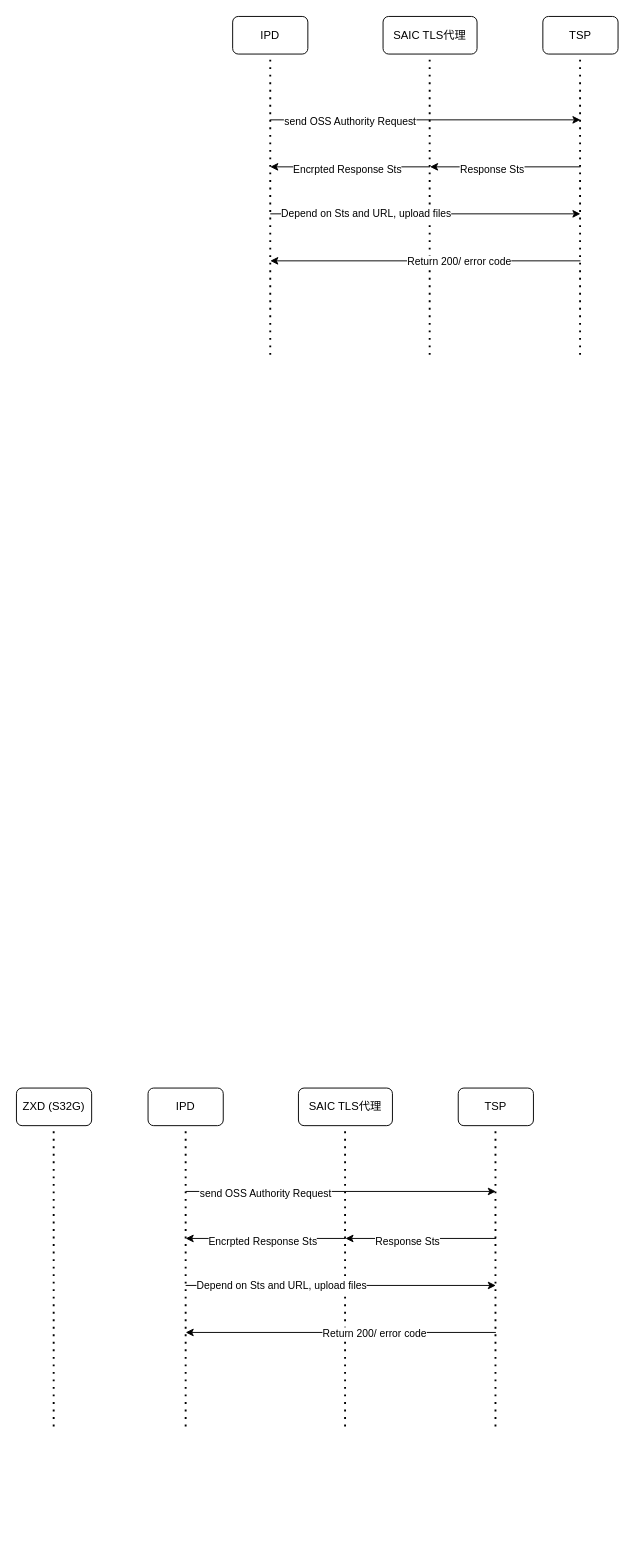
YuzhouYe/peb keeps this draw.io diagram as HJtodolist.drawio. Above is the earlier version. Source tidied: cells renumbered, new cells numbered last; positions are measured from the earlier drawing's top-left corner, leaving out a move shared by most shapes. Both pictures are drawn from the tidied source at 94%, with x=0, y=0 at pixel (16, 16).
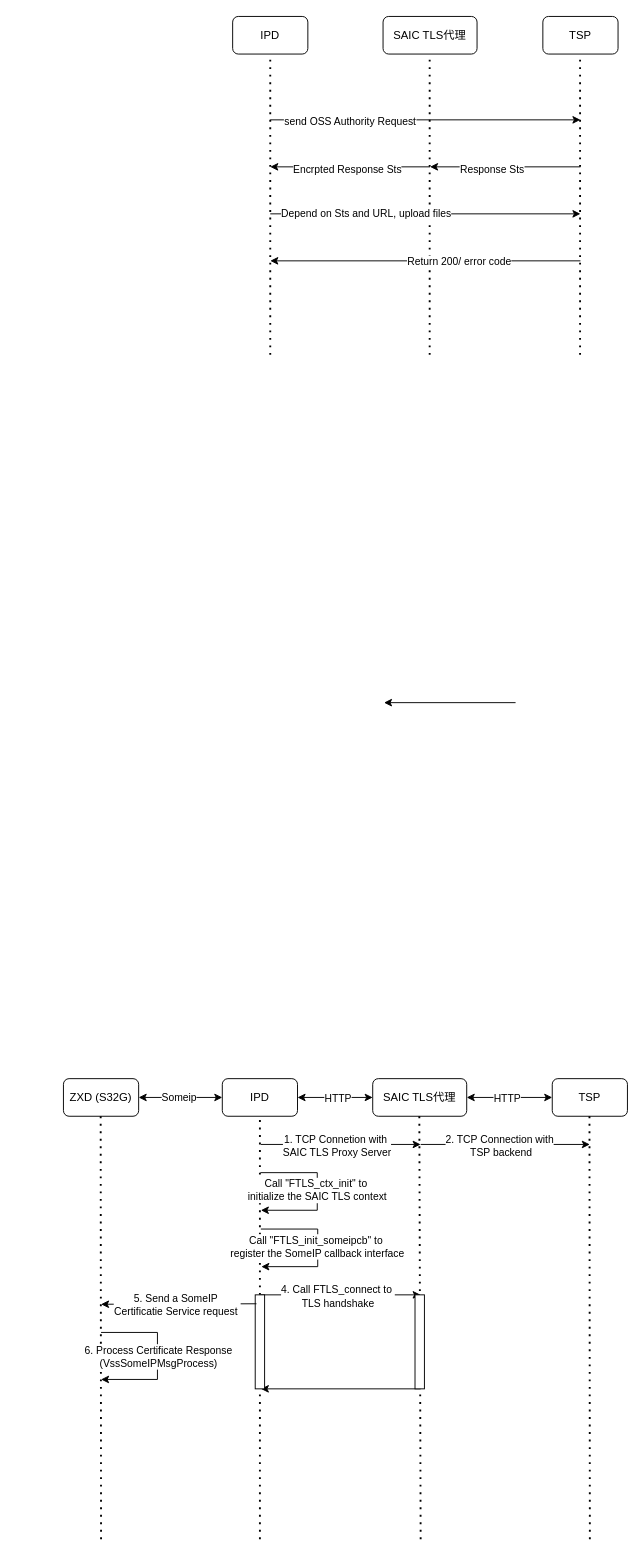
After the change.

The edit, as a diff of the source:
```diff
@@
     <mxCell id="18" value="IPD" style="rounded=1;whiteSpace=wrap;html=1;" parent="1" vertex="1">
-      <mxGeometry x="140" y="1140" width="80" height="40" as="geometry" />
+      <mxGeometry x="219" y="1130" width="80" height="40" as="geometry" />
     </mxCell>
     <mxCell id="19" value="TSP" style="rounded=1;whiteSpace=wrap;html=1;" parent="1" vertex="1">
-      <mxGeometry x="470" y="1140" width="80" height="40" as="geometry" />
+      <mxGeometry x="570" y="1130" width="80" height="40" as="geometry" />
     </mxCell>
     <mxCell id="20" value="SAIC TLS代理" style="rounded=1;whiteSpace=wrap;html=1;" parent="1" vertex="1">
-      <mxGeometry x="300" y="1140" width="100" height="40" as="geometry" />
+      <mxGeometry x="379" y="1130" width="100" height="40" as="geometry" />
     </mxCell>
-    <mxCell id="21" style="endArrow=none;dashed=1;html=1;dashPattern=1 3;strokeWidth=2;rounded=0;entryX=0.5;entryY=1;entryDx=0;entryDy=0;" parent="1" edge="1" target="18">
-      <mxGeometry relative="1" as="geometry">
-        <mxPoint x="180" y="1500" as="sourcePoint" />
-      </mxGeometry>
+    <mxCell id="21" style="endArrow=none;dashed=1;html=1;dashPattern=1 3;strokeWidth=2;rounded=0;entryX=0.5;entryY=1;entryDx=0;entryDy=0;" parent="1" edge="1" source="57" target="18">
+      <mxGeometry relative="1" as="geometry" />
     </mxCell>
     <mxCell id="22" style="endArrow=none;dashed=1;html=1;dashPattern=1 3;strokeWidth=2;rounded=0;entryX=0.5;entryY=1;entryDx=0;entryDy=0;" parent="1" edge="1">
       <mxGeometry relative="1" as="geometry">
-        <mxPoint x="349.6" y="1500" as="sourcePoint" />
-        <mxPoint x="349.6" y="1180" as="targetPoint" />
+        <mxPoint x="430" y="1620" as="sourcePoint" />
+        <mxPoint x="428.6" y="1170" as="targetPoint" />
       </mxGeometry>
     </mxCell>
     <mxCell id="23" style="endArrow=none;dashed=1;html=1;dashPattern=1 3;strokeWidth=2;rounded=0;entryX=0.5;entryY=1;entryDx=0;entryDy=0;" parent="1" edge="1">
       <mxGeometry relative="1" as="geometry">
-        <mxPoint x="509.6" y="1500" as="sourcePoint" />
-        <mxPoint x="509.6" y="1180" as="targetPoint" />
+        <mxPoint x="610" y="1620" as="sourcePoint" />
+        <mxPoint x="609.6" y="1170" as="targetPoint" />
       </mxGeometry>
     </mxCell>
-    <mxCell id="24" style="endArrow=classic;html=1;rounded=0;" parent="1" edge="1">
-      <mxGeometry relative="1" as="geometry">
-        <mxPoint x="180" y="1250" as="sourcePoint" />
-        <mxPoint x="510" y="1250" as="targetPoint" />
-      </mxGeometry>
-    </mxCell>
-    <mxCell id="25" value="send OSS Authority Request" style="edgeLabel;html=1;align=center;verticalAlign=middle;" parent="24" vertex="1">
-      <mxGeometry x="-0.49" y="-1" relative="1" as="geometry" />
-    </mxCell>
-    <mxCell id="26" style="endArrow=classic;html=1;rounded=0;" parent="1" edge="1">
-      <mxGeometry relative="1" as="geometry">
-        <mxPoint x="510" y="1300" as="sourcePoint" />
-        <mxPoint x="350" y="1300" as="targetPoint" />
-      </mxGeometry>
-    </mxCell>
-    <mxCell id="27" value="Response Sts" style="edgeLabel;html=1;align=center;verticalAlign=middle;" parent="26" vertex="1">
-      <mxGeometry x="0.19" y="2" relative="1" as="geometry" />
-    </mxCell>
-    <mxCell id="28" style="endArrow=classic;html=1;rounded=0;" parent="1" edge="1">
-      <mxGeometry relative="1" as="geometry">
-        <mxPoint x="350" y="1300" as="sourcePoint" />
-        <mxPoint x="180" y="1300" as="targetPoint" />
-      </mxGeometry>
-    </mxCell>
-    <mxCell id="29" value="Encrpted Response Sts" style="edgeLabel;html=1;align=center;verticalAlign=middle;" parent="28" vertex="1">
-      <mxGeometry x="0.19" y="2" relative="1" as="geometry">
-        <mxPoint x="12" as="offset" />
-      </mxGeometry>
-    </mxCell>
-    <mxCell id="30" style="endArrow=classic;html=1;rounded=0;" parent="1" edge="1">
-      <mxGeometry relative="1" as="geometry">
-        <mxPoint x="180" y="1350" as="sourcePoint" />
-        <mxPoint x="510" y="1350" as="targetPoint" />
-      </mxGeometry>
-    </mxCell>
-    <mxCell id="31" value="Depend on Sts and URL, upload files" style="edgeLabel;html=1;align=center;verticalAlign=middle;" parent="30" vertex="1">
-      <mxGeometry x="-0.71" y="1" relative="1" as="geometry">
-        <mxPoint x="53" as="offset" />
-      </mxGeometry>
-    </mxCell>
-    <mxCell id="32" style="endArrow=classic;html=1;rounded=0;" parent="1" edge="1">
-      <mxGeometry relative="1" as="geometry">
-        <mxPoint x="510" y="1400" as="sourcePoint" />
-        <mxPoint x="180" y="1400" as="targetPoint" />
-      </mxGeometry>
-    </mxCell>
-    <mxCell id="33" value="Return 200/ error code" style="edgeLabel;html=1;align=center;verticalAlign=middle;" parent="32" vertex="1">
-      <mxGeometry x="-0.21" relative="1" as="geometry" />
-    </mxCell>
     <mxCell id="34" value="ZXD (S32G)" style="rounded=1;whiteSpace=wrap;html=1;" parent="1" vertex="1">
-      <mxGeometry y="1140" width="80" height="40" as="geometry" />
+      <mxGeometry x="50" y="1130" width="80" height="40" as="geometry" />
     </mxCell>
     <mxCell id="35" style="endArrow=none;dashed=1;html=1;dashPattern=1 3;strokeWidth=2;rounded=0;entryX=0.5;entryY=1;entryDx=0;entryDy=0;" parent="1" edge="1">
       <mxGeometry relative="1" as="geometry">
-        <mxPoint x="39.6" y="1500" as="sourcePoint" />
-        <mxPoint x="39.6" y="1180" as="targetPoint" />
+        <mxPoint x="90" y="1620" as="sourcePoint" />
+        <mxPoint x="89.6" y="1170" as="targetPoint" />
       </mxGeometry>
     </mxCell>
+    <mxCell id="36" style="endArrow=classic;html=1;rounded=0;" parent="1" edge="1">
+      <mxGeometry relative="1" as="geometry">
+        <mxPoint x="260" y="1360" as="sourcePoint" />
+        <mxPoint x="430" y="1360" as="targetPoint" />
+      </mxGeometry>
+    </mxCell>
+    <mxCell id="37" value="4. Call FTLS_connect to&amp;nbsp;&lt;div&gt;TLS handshake&lt;/div&gt;" style="edgeLabel;html=1;align=center;verticalAlign=middle;" parent="36" vertex="1">
+      <mxGeometry x="-0.18" y="-1" relative="1" as="geometry">
+        <mxPoint x="11" as="offset" />
+      </mxGeometry>
+    </mxCell>
+    <mxCell id="38" style="endArrow=classic;html=1;rounded=0;" parent="1" edge="1">
+      <mxGeometry relative="1" as="geometry">
+        <mxPoint x="430" y="1460" as="sourcePoint" />
+        <mxPoint x="260" y="1460" as="targetPoint" />
+      </mxGeometry>
+    </mxCell>
+    <mxCell id="39" style="endArrow=classic;html=1;rounded=0;" parent="1" edge="1">
+      <mxGeometry relative="1" as="geometry">
+        <mxPoint x="531" y="730" as="sourcePoint" />
+        <mxPoint x="391" y="730" as="targetPoint" />
+      </mxGeometry>
+    </mxCell>
+    <mxCell id="40" style="endArrow=classic;html=1;rounded=0;" parent="1" edge="1">
+      <mxGeometry relative="1" as="geometry">
+        <mxPoint x="260" y="1200" as="sourcePoint" />
+        <mxPoint x="430" y="1200" as="targetPoint" />
+      </mxGeometry>
+    </mxCell>
+    <mxCell id="41" value="1. TCP Connetion with&amp;nbsp;&lt;div&gt;SAIC TLS Proxy Server&lt;/div&gt;" style="edgeLabel;html=1;align=center;verticalAlign=middle;" parent="40" vertex="1">
+      <mxGeometry x="-0.49" y="-1" relative="1" as="geometry">
+        <mxPoint x="37" as="offset" />
+      </mxGeometry>
+    </mxCell>
+    <mxCell id="42" style="endArrow=classic;startArrow=classic;html=1;rounded=0;exitX=1;exitY=0.5;exitDx=0;exitDy=0;entryX=0;entryY=0.5;entryDx=0;entryDy=0;" parent="1" edge="1" source="34" target="18">
+      <mxGeometry relative="1" as="geometry" />
+    </mxCell>
+    <mxCell id="43" value="Someip" style="edgeLabel;html=1;align=center;verticalAlign=middle;" parent="42" vertex="1">
+      <mxGeometry x="-0.06" y="1" relative="1" as="geometry" />
+    </mxCell>
+    <mxCell id="44" style="endArrow=classic;startArrow=classic;html=1;rounded=0;exitX=1;exitY=0.5;exitDx=0;exitDy=0;entryX=0;entryY=0.5;entryDx=0;entryDy=0;" parent="1" edge="1" source="18" target="20">
+      <mxGeometry relative="1" as="geometry" />
+    </mxCell>
+    <mxCell id="45" value="HTTP" style="edgeLabel;html=1;align=center;verticalAlign=middle;" parent="44" vertex="1">
+      <mxGeometry x="0.05" relative="1" as="geometry" />
+    </mxCell>
+    <mxCell id="46" style="endArrow=classic;startArrow=classic;html=1;rounded=0;exitX=1;exitY=0.5;exitDx=0;exitDy=0;entryX=0;entryY=0.5;entryDx=0;entryDy=0;" parent="1" edge="1" source="20" target="19">
+      <mxGeometry relative="1" as="geometry" />
+    </mxCell>
+    <mxCell id="47" value="HTTP" style="edgeLabel;html=1;align=center;verticalAlign=middle;" parent="46" vertex="1">
+      <mxGeometry x="0.06" y="2" relative="1" as="geometry">
+        <mxPoint x="-6" y="2" as="offset" />
+      </mxGeometry>
+    </mxCell>
+    <mxCell id="48" style="endArrow=classic;html=1;rounded=0;" parent="1" edge="1">
+      <mxGeometry relative="1" as="geometry">
+        <mxPoint x="430" y="1200" as="sourcePoint" />
+        <mxPoint x="610" y="1200" as="targetPoint" />
+      </mxGeometry>
+    </mxCell>
+    <mxCell id="49" value="2. TCP Connection with&lt;div&gt;&amp;nbsp;TSP backend&lt;/div&gt;" style="edgeLabel;html=1;align=center;verticalAlign=middle;" parent="48" vertex="1">
+      <mxGeometry x="-0.49" y="-1" relative="1" as="geometry">
+        <mxPoint x="37" as="offset" />
+      </mxGeometry>
+    </mxCell>
+    <mxCell id="50" style="edgeStyle=orthogonalEdgeStyle;rounded=0;orthogonalLoop=1;jettySize=auto;html=1;" parent="1" edge="1">
+      <mxGeometry relative="1" as="geometry">
+        <mxPoint x="259.5" y="1230" as="sourcePoint" />
+        <mxPoint x="260" y="1270" as="targetPoint" />
+        <Array as="points">
+          <mxPoint x="320" y="1230" />
+          <mxPoint x="320" y="1270" />
+          <mxPoint x="260" y="1270" />
+        </Array>
+      </mxGeometry>
+    </mxCell>
+    <mxCell id="51" value="Call &quot;FTLS_ctx_init&quot; to&amp;nbsp;&lt;div&gt;initialize the SAIC TLS context&lt;/div&gt;" style="edgeLabel;html=1;align=center;verticalAlign=middle;" parent="50" vertex="1">
+      <mxGeometry x="-0.01" y="-1" relative="1" as="geometry" />
+    </mxCell>
+    <mxCell id="52" style="edgeStyle=orthogonalEdgeStyle;rounded=0;orthogonalLoop=1;jettySize=auto;html=1;" parent="1" edge="1">
+      <mxGeometry relative="1" as="geometry">
+        <mxPoint x="90" y="1400" as="sourcePoint" />
+        <mxPoint x="90" y="1450" as="targetPoint" />
+        <Array as="points">
+          <mxPoint x="150" y="1400" />
+          <mxPoint x="150" y="1450" />
+          <mxPoint x="90" y="1450" />
+        </Array>
+      </mxGeometry>
+    </mxCell>
+    <mxCell id="53" value="6. Process Certificate Response&lt;div&gt;(VssSomeIPMsgProcess)&lt;/div&gt;" style="edgeLabel;html=1;align=center;verticalAlign=middle;" parent="52" vertex="1">
+      <mxGeometry relative="1" as="geometry" />
+    </mxCell>
+    <mxCell id="54" style="edgeStyle=orthogonalEdgeStyle;rounded=0;orthogonalLoop=1;jettySize=auto;html=1;" parent="1" edge="1">
+      <mxGeometry relative="1" as="geometry">
+        <mxPoint x="260" y="1290" as="sourcePoint" />
+        <mxPoint x="260.5" y="1330" as="targetPoint" />
+        <Array as="points">
+          <mxPoint x="320.5" y="1290" />
+          <mxPoint x="320.5" y="1330" />
+          <mxPoint x="260.5" y="1330" />
+        </Array>
+      </mxGeometry>
+    </mxCell>
+    <mxCell id="55" value="Call &quot;FTLS_init_someipcb&quot; to&amp;nbsp;&lt;div&gt;register the SomeIP callback interface&lt;/div&gt;" style="edgeLabel;html=1;align=center;verticalAlign=middle;" parent="54" vertex="1">
+      <mxGeometry x="-0.01" y="-1" relative="1" as="geometry" />
+    </mxCell>
+    <mxCell id="56" style="endArrow=none;dashed=1;html=1;dashPattern=1 3;strokeWidth=2;rounded=0;entryX=0.5;entryY=1;entryDx=0;entryDy=0;" parent="1" edge="1" target="57">
+      <mxGeometry relative="1" as="geometry">
+        <mxPoint x="259" y="1620" as="sourcePoint" />
+      </mxGeometry>
+    </mxCell>
+    <mxCell id="57" style="rounded=0;whiteSpace=wrap;html=1;" parent="1" vertex="1">
+      <mxGeometry x="254" y="1360" width="10" height="100" as="geometry" />
+    </mxCell>
+    <mxCell id="58" style="rounded=0;whiteSpace=wrap;html=1;" parent="1" vertex="1">
+      <mxGeometry x="424" y="1360" width="10" height="100" as="geometry" />
+    </mxCell>
+    <mxCell id="59" style="endArrow=classic;html=1;rounded=0;exitX=0.133;exitY=0.095;exitDx=0;exitDy=0;exitPerimeter=0;" parent="1" edge="1" source="57">
+      <mxGeometry relative="1" as="geometry">
+        <mxPoint x="90" y="1370" as="targetPoint" />
+      </mxGeometry>
+    </mxCell>
+    <mxCell id="60" value="5. Send a SomeIP&amp;nbsp;&lt;div&gt;Certificatie&lt;span style=&quot;background-color: light-dark(#ffffff, var(--ge-dark-color, #121212)); color: light-dark(rgb(0, 0, 0), rgb(255, 255, 255));&quot;&gt;&amp;nbsp;Service request&amp;nbsp;&lt;/span&gt;&lt;/div&gt;" style="edgeLabel;html=1;align=center;verticalAlign=middle;" parent="59" vertex="1">
+      <mxGeometry x="0.31" y="1" relative="1" as="geometry">
+        <mxPoint x="23" as="offset" />
+      </mxGeometry>
+    </mxCell>
```
